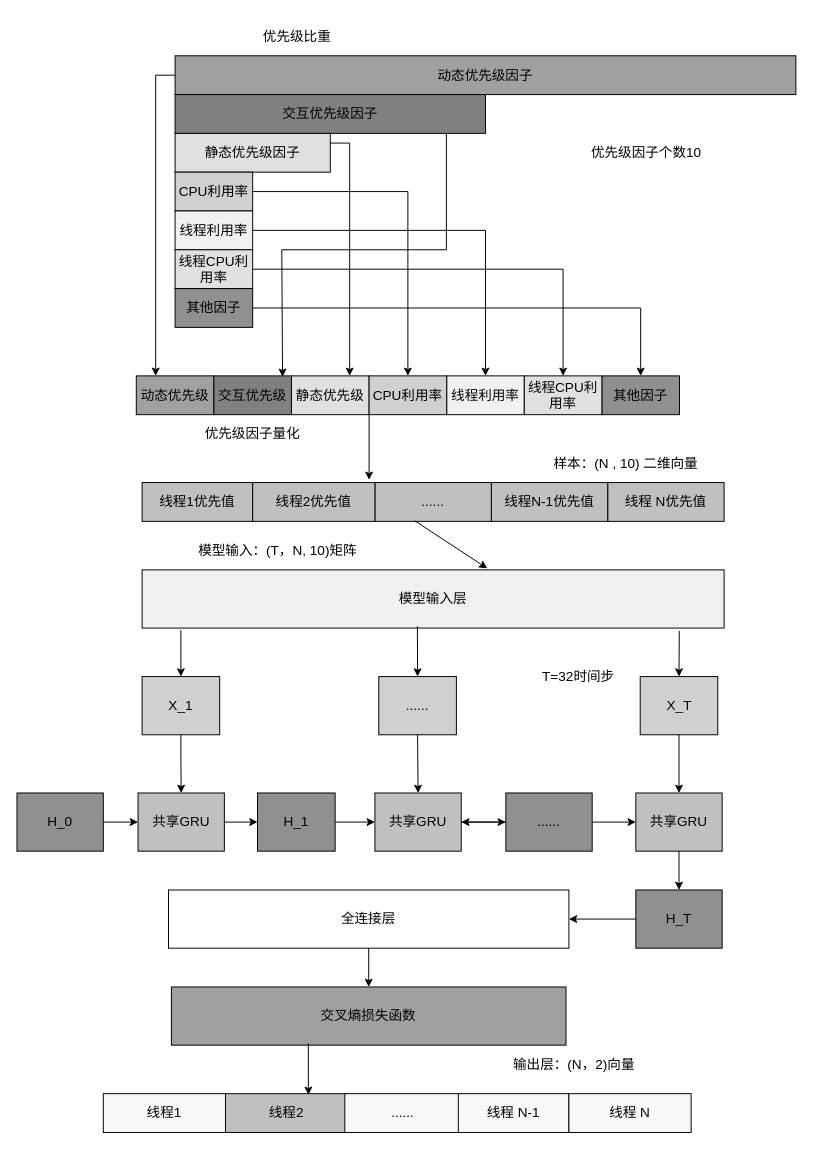
satadriver/essay keeps this draw.io diagram as 模型训练图rnn.drawio. Above is the earlier version. Source tidied: cells renumbered, new cells numbered last; positions are measured from the earlier drawing's top-left corner, leaving out a move shared by most shapes. Both pictures are drawn from the tidied source at 97%, with x=0, y=0 at pixel (16, 16).
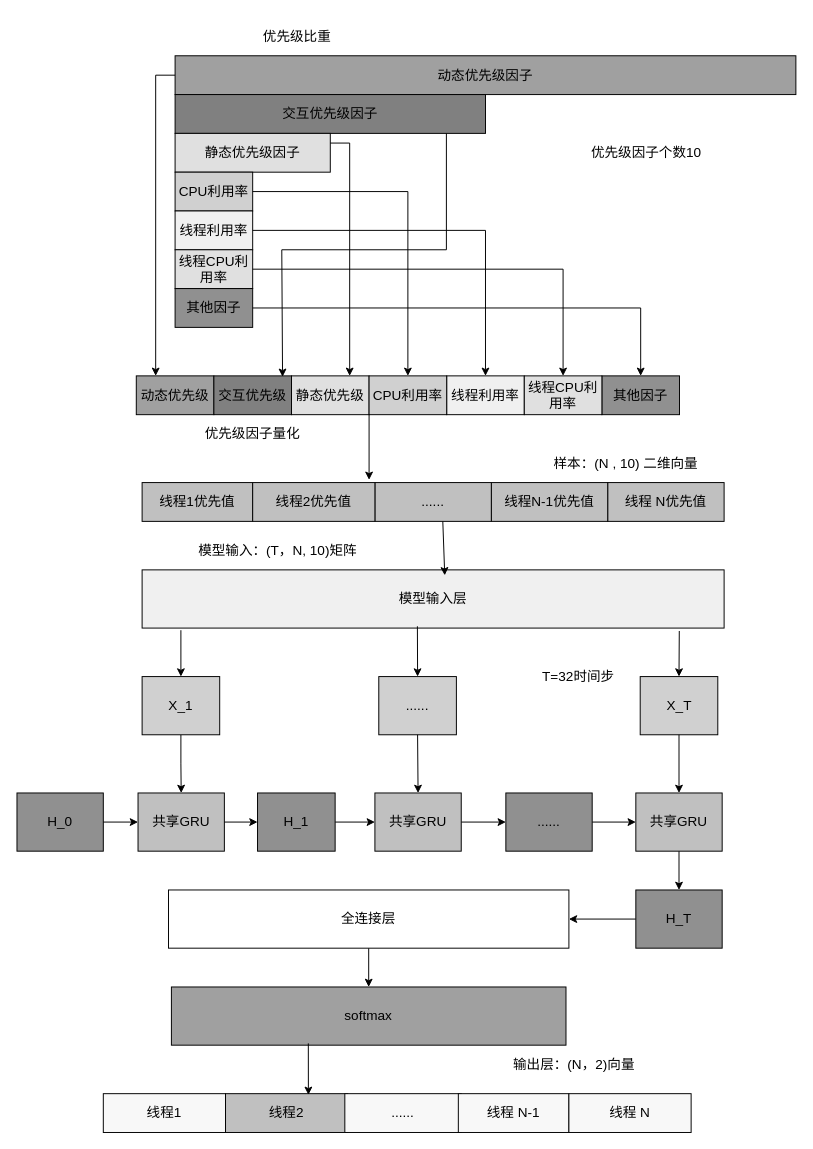
The same page after the edit.

The change refers to these unchanged cells:
```xml
<mxCell id="9" value="......" style="rounded=0;whiteSpace=wrap;html=1;fontSize=14;fontFamily=宋体;fillColor=light-dark(#C0C0C0,#121212);" parent="1" vertex="1">
  <mxGeometry x="369" y="480" width="120" height="40" as="geometry" />
</mxCell>
<mxCell id="16" value="模型输入层" style="rounded=0;whiteSpace=wrap;html=1;fontSize=14;fontFamily=宋体;fillColor=light-dark(#F0F0F0,#121212);" parent="1" vertex="1">
  <mxGeometry x="129" y="570" width="600" height="60" as="geometry" />
</mxCell>
<mxCell id="55" value="共享GRU" style="rounded=0;whiteSpace=wrap;html=1;fontSize=14;fontFamily=宋体;fillStyle=solid;fillColor=light-dark(#C0C0C0,#FFD966);" parent="1" vertex="1">
  <mxGeometry x="369" y="800" width="89" height="60" as="geometry" />
</mxCell>
<mxCell id="66" value="......" style="rounded=0;whiteSpace=wrap;html=1;fontSize=14;fontFamily=宋体;fillColor=#909090;" parent="1" vertex="1">
  <mxGeometry x="504" y="800" width="89" height="60" as="geometry" />
</mxCell>
```

Diff of the diagram source:
```diff
@@
-    <mxCell id="15" style="endArrow=classic;html=1;rounded=0;exitX=0.344;exitY=0.987;exitDx=0;exitDy=0;fontSize=14;fontFamily=宋体;entryX=0.593;entryY=-0.026;entryDx=0;entryDy=0;entryPerimeter=0;exitPerimeter=0;" parent="1" edge="1" source="9" target="16">
-      <mxGeometry relative="1" as="geometry" />
-    </mxCell>
@@
-    <mxCell id="40" value="交叉熵损失函数" style="rounded=0;whiteSpace=wrap;html=1;fontSize=14;fontFamily=宋体;fillColor=light-dark(#A0A0A0,#121212);" parent="1" vertex="1">
+    <mxCell id="40" value="softmax" style="rounded=0;whiteSpace=wrap;html=1;fontSize=14;fontFamily=宋体;fillColor=light-dark(#A0A0A0,#121212);" parent="1" vertex="1">
       <mxGeometry x="159.2" y="1000" width="406.8" height="60" as="geometry" />
     </mxCell>
@@
-    <mxCell id="64" style="edgeStyle=orthogonalEdgeStyle;rounded=0;jettySize=auto;html=1;fontSize=14;fontFamily=宋体;" parent="1" edge="1" source="66" target="55">
-      <mxGeometry relative="1" as="geometry" />
-    </mxCell>
@@
+    <mxCell id="71" style="endArrow=classic;html=1;rounded=0;entryX=0.52;entryY=0.094;entryDx=0;entryDy=0;entryPerimeter=0;" parent="1" edge="1" target="16">
+      <mxGeometry relative="1" as="geometry">
+        <mxPoint x="439" y="520" as="sourcePoint" />
+      </mxGeometry>
+    </mxCell>
```
